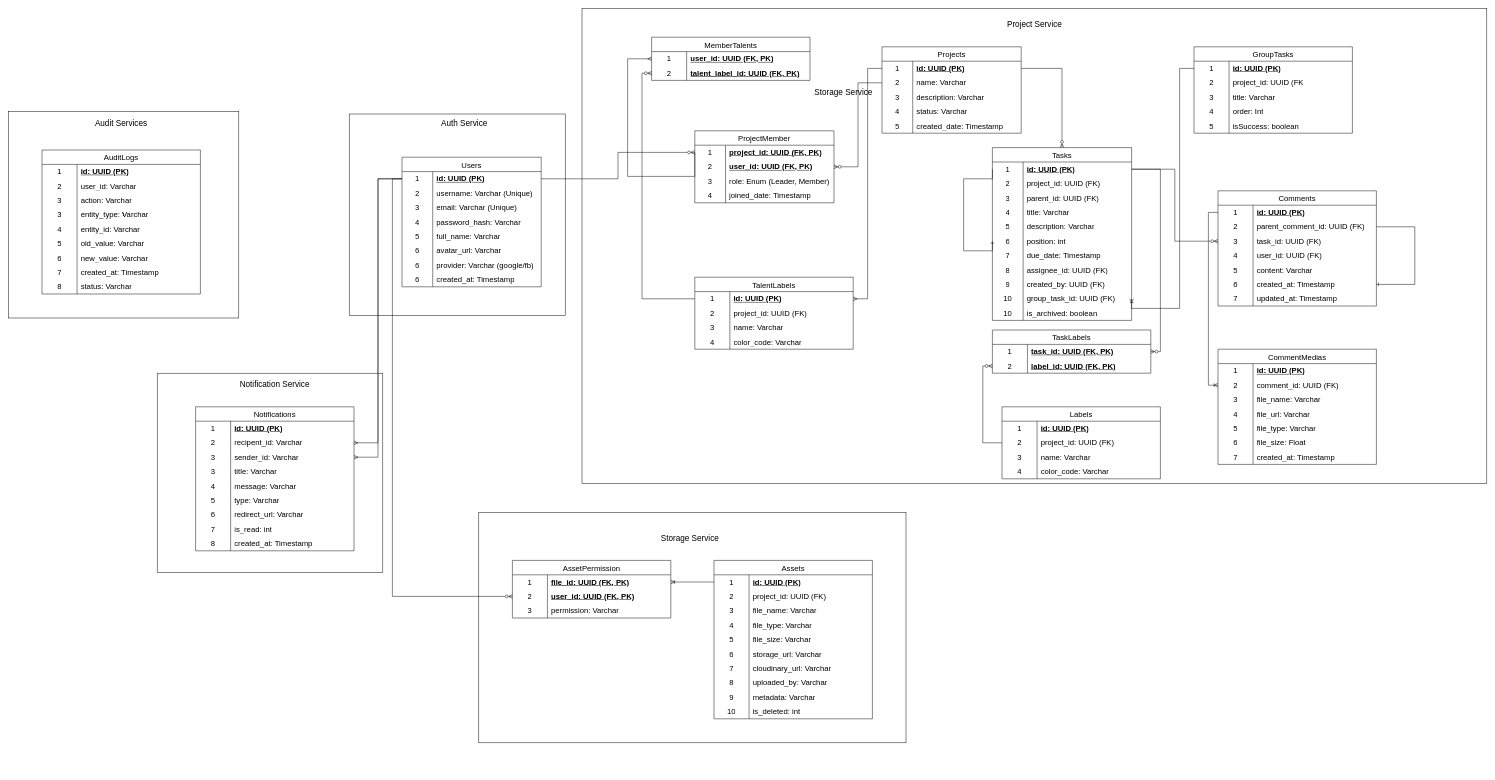
Above: documents/ERD.drawio in LiemLiemLiem12/project-management-system (draw.io), before the change. Source tidied: cells renumbered, new cells numbered last; positions are measured from the earlier drawing's top-left corner, leaving out a move shared by most shapes. Both pictures are drawn from the tidied source at 48%, with x=0, y=0 at pixel (8, 8).
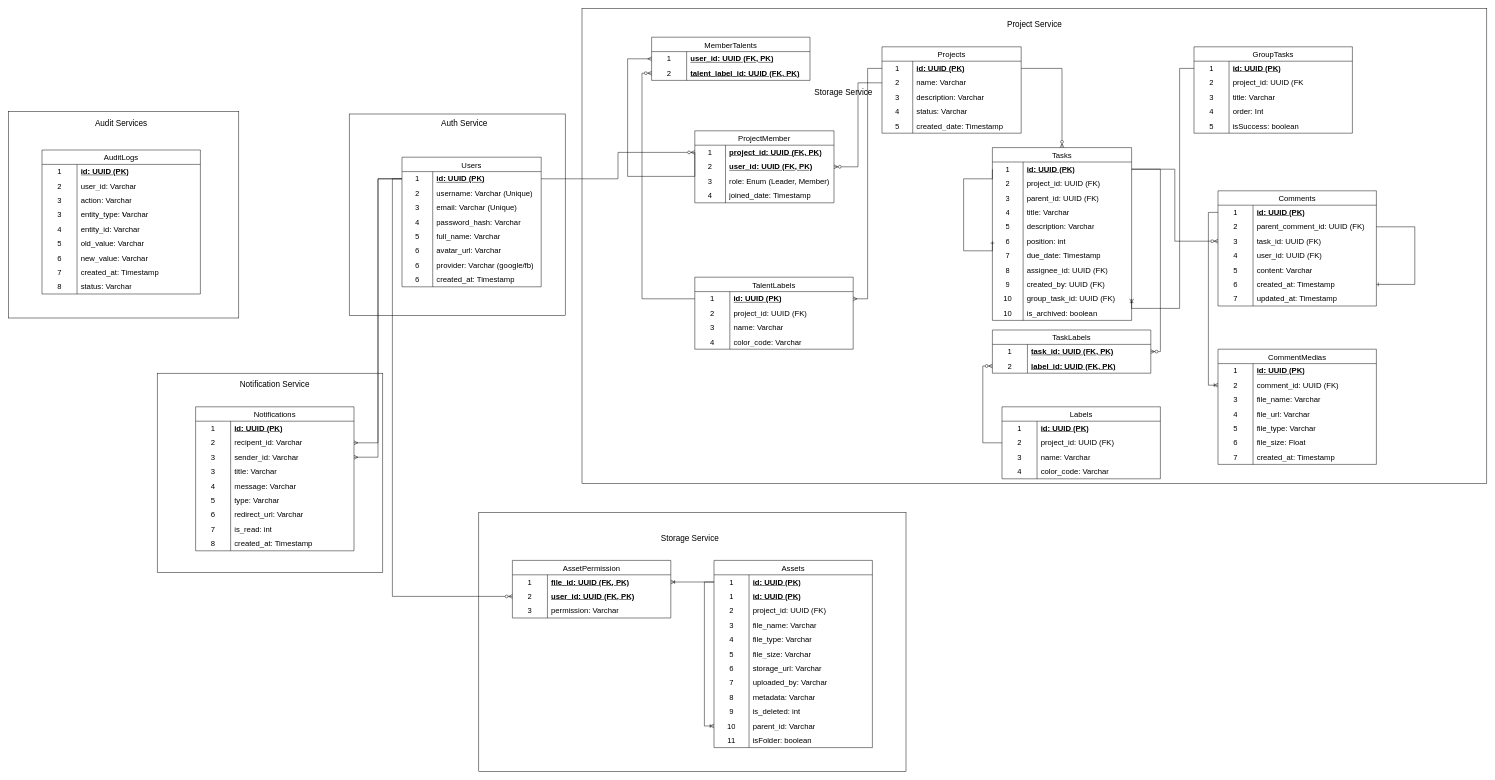
Above is the later version.

Unchanged cells that the change refers to:
```xml
<mxCell id="207" style="shape=tableRow;horizontal=0;startSize=0;swimlaneHead=0;swimlaneBody=0;top=0;left=0;bottom=0;right=0;fillColor=none;points=[[0,0.5],[1,0.5]];portConstraint=eastwest;strokeColor=inherit;fontSize=16;" parent="206" vertex="1">
  <mxGeometry y="30" width="330" height="30" as="geometry" />
</mxCell>
<mxCell id="228" style="shape=tableRow;horizontal=0;startSize=0;swimlaneHead=0;swimlaneBody=0;top=0;left=0;bottom=0;right=0;fillColor=none;strokeColor=inherit;fontSize=16;" parent="206" vertex="1">
  <mxGeometry y="240" width="330" height="30" as="geometry" />
</mxCell>
<mxCell id="231" style="shape=tableRow;horizontal=0;startSize=0;swimlaneHead=0;swimlaneBody=0;top=0;left=0;bottom=0;right=0;fillColor=none;strokeColor=inherit;fontSize=16;" parent="206" vertex="1">
  <mxGeometry y="270" width="330" height="30" as="geometry" />
</mxCell>
<mxCell id="234" style="shape=tableRow;horizontal=0;startSize=0;swimlaneHead=0;swimlaneBody=0;top=0;left=0;bottom=0;right=0;fillColor=none;strokeColor=inherit;fontSize=16;" parent="206" vertex="1">
  <mxGeometry y="300" width="330" height="30" as="geometry" />
</mxCell>
```

Change to the diagram source:
```diff
@@
+    <mxCell id="315" style="edgeStyle=orthogonalEdgeStyle;rounded=0;jettySize=auto;html=1;exitX=1;exitY=0.5;exitDx=0;exitDy=0;endArrow=ERoneToMany;endFill=0;" parent="1" edge="1" source="207" target="319">
+      <mxGeometry relative="1" as="geometry" />
+    </mxCell>
     <mxCell id="2" style="rounded=0;whiteSpace=wrap;html=1;" parent="1" vertex="1">
-      <mxGeometry x="980" y="1050" width="890" height="480" as="geometry" />
+      <mxGeometry x="980" y="1050" width="890" height="540" as="geometry" />
     </mxCell>
@@
     <mxCell id="206" value="Assets" style="shape=table;startSize=30;childLayout=tableLayout;rowLines=0;fontStyle=0;strokeColor=default;fontSize=16;" parent="1" vertex="1">
-      <mxGeometry x="1470" y="1150" width="330" height="330" as="geometry" />
+      <mxGeometry x="1470" y="1150" width="330" height="390" as="geometry" />
     </mxCell>
@@
+    <mxCell id="316" style="shape=tableRow;horizontal=0;startSize=0;swimlaneHead=0;swimlaneBody=0;top=0;left=0;bottom=0;right=0;fillColor=none;strokeColor=inherit;fontSize=16;" parent="206" vertex="1">
+      <mxGeometry y="60" width="330" height="30" as="geometry" />
+    </mxCell>
+    <mxCell id="317" value="1" style="shape=partialRectangle;html=1;whiteSpace=wrap;fillColor=none;top=0;left=0;bottom=0;right=0;overflow=hidden;strokeColor=inherit;fontSize=16;" parent="316" vertex="1">
+      <mxGeometry width="73" height="30" as="geometry" />
+    </mxCell>
+    <mxCell id="318" value="&lt;span style=&quot;font-size:12.0pt;line-height:115%;&amp;lt;br/&amp;gt;font-family:&amp;quot;Aptos&amp;quot;,sans-serif;mso-ascii-theme-font:minor-latin;mso-fareast-font-family:&amp;lt;br/&amp;gt;Aptos;mso-fareast-theme-font:minor-latin;mso-hansi-theme-font:minor-latin;&amp;lt;br/&amp;gt;mso-bidi-font-family:&amp;quot;Times New Roman&amp;quot;;mso-bidi-theme-font:minor-bidi;&amp;lt;br/&amp;gt;mso-ansi-language:EN-ID;mso-fareast-language:EN-US;mso-bidi-language:AR-SA&quot;&gt;&lt;b&gt;&lt;u&gt;id: UUID (PK)&lt;/u&gt;&lt;/b&gt;&lt;/span&gt;" style="shape=partialRectangle;html=1;whiteSpace=wrap;fillColor=none;top=0;left=0;bottom=0;right=0;align=left;spacingLeft=6;overflow=hidden;strokeColor=inherit;fontSize=16;" parent="316" vertex="1">
+      <mxGeometry x="73" width="257" height="30" as="geometry" />
+    </mxCell>
     <mxCell id="210" style="shape=tableRow;horizontal=0;startSize=0;swimlaneHead=0;swimlaneBody=0;top=0;left=0;bottom=0;right=0;fillColor=none;strokeColor=inherit;fontSize=16;" parent="206" vertex="1">
-      <mxGeometry y="60" width="330" height="30" as="geometry" />
+      <mxGeometry y="90" width="330" height="30" as="geometry" />
     </mxCell>
@@
     <mxCell id="213" style="shape=tableRow;horizontal=0;startSize=0;swimlaneHead=0;swimlaneBody=0;top=0;left=0;bottom=0;right=0;fillColor=none;strokeColor=inherit;fontSize=16;" parent="206" vertex="1">
-      <mxGeometry y="90" width="330" height="30" as="geometry" />
+      <mxGeometry y="120" width="330" height="30" as="geometry" />
     </mxCell>
@@
     <mxCell id="216" style="shape=tableRow;horizontal=0;startSize=0;swimlaneHead=0;swimlaneBody=0;top=0;left=0;bottom=0;right=0;fillColor=none;strokeColor=inherit;fontSize=16;" parent="206" vertex="1">
-      <mxGeometry y="120" width="330" height="30" as="geometry" />
+      <mxGeometry y="150" width="330" height="30" as="geometry" />
     </mxCell>
@@
     <mxCell id="219" style="shape=tableRow;horizontal=0;startSize=0;swimlaneHead=0;swimlaneBody=0;top=0;left=0;bottom=0;right=0;fillColor=none;strokeColor=inherit;fontSize=16;" parent="206" vertex="1">
-      <mxGeometry y="150" width="330" height="30" as="geometry" />
+      <mxGeometry y="180" width="330" height="30" as="geometry" />
     </mxCell>
@@
     <mxCell id="222" style="shape=tableRow;horizontal=0;startSize=0;swimlaneHead=0;swimlaneBody=0;top=0;left=0;bottom=0;right=0;fillColor=none;strokeColor=inherit;fontSize=16;" parent="206" vertex="1">
-      <mxGeometry y="180" width="330" height="30" as="geometry" />
+      <mxGeometry y="210" width="330" height="30" as="geometry" />
     </mxCell>
@@
-    <mxCell id="225" style="shape=tableRow;horizontal=0;startSize=0;swimlaneHead=0;swimlaneBody=0;top=0;left=0;bottom=0;right=0;fillColor=none;strokeColor=inherit;fontSize=16;" parent="206" vertex="1">
-      <mxGeometry y="210" width="330" height="30" as="geometry" />
-    </mxCell>
-    <mxCell id="226" value="7" style="shape=partialRectangle;html=1;whiteSpace=wrap;fillColor=none;top=0;left=0;bottom=0;right=0;overflow=hidden;strokeColor=inherit;fontSize=16;" parent="225" vertex="1">
-      <mxGeometry width="73" height="30" as="geometry" />
-    </mxCell>
-    <mxCell id="227" value="&lt;span style=&quot;font-size:12.0pt;line-height:115%;&amp;lt;br/&amp;gt;font-family:&amp;quot;Aptos&amp;quot;,sans-serif;mso-ascii-theme-font:minor-latin;mso-fareast-font-family:&amp;lt;br/&amp;gt;Aptos;mso-fareast-theme-font:minor-latin;mso-hansi-theme-font:minor-latin;&amp;lt;br/&amp;gt;mso-bidi-font-family:&amp;quot;Times New Roman&amp;quot;;mso-bidi-theme-font:minor-bidi;&amp;lt;br/&amp;gt;mso-ansi-language:EN-ID;mso-fareast-language:EN-US;mso-bidi-language:AR-SA&quot;&gt;cloudinary_url: Varchar&lt;/span&gt;" style="shape=partialRectangle;html=1;whiteSpace=wrap;fillColor=none;top=0;left=0;bottom=0;right=0;align=left;spacingLeft=6;overflow=hidden;strokeColor=inherit;fontSize=16;" parent="225" vertex="1">
-      <mxGeometry x="73" width="257" height="30" as="geometry" />
-    </mxCell>
@@
-    <mxCell id="229" value="8" style="shape=partialRectangle;html=1;whiteSpace=wrap;fillColor=none;top=0;left=0;bottom=0;right=0;overflow=hidden;strokeColor=inherit;fontSize=16;" parent="228" vertex="1">
+    <mxCell id="229" value="7" style="shape=partialRectangle;html=1;whiteSpace=wrap;fillColor=none;top=0;left=0;bottom=0;right=0;overflow=hidden;strokeColor=inherit;fontSize=16;" parent="228" vertex="1">
       <mxGeometry width="73" height="30" as="geometry" />
     </mxCell>
@@
-    <mxCell id="232" value="9" style="shape=partialRectangle;html=1;whiteSpace=wrap;fillColor=none;top=0;left=0;bottom=0;right=0;overflow=hidden;strokeColor=inherit;fontSize=16;" parent="231" vertex="1">
+    <mxCell id="232" value="8" style="shape=partialRectangle;html=1;whiteSpace=wrap;fillColor=none;top=0;left=0;bottom=0;right=0;overflow=hidden;strokeColor=inherit;fontSize=16;" parent="231" vertex="1">
       <mxGeometry width="73" height="30" as="geometry" />
     </mxCell>
@@
-    <mxCell id="235" value="10" style="shape=partialRectangle;html=1;whiteSpace=wrap;fillColor=none;top=0;left=0;bottom=0;right=0;overflow=hidden;strokeColor=inherit;fontSize=16;" parent="234" vertex="1">
+    <mxCell id="235" value="9" style="shape=partialRectangle;html=1;whiteSpace=wrap;fillColor=none;top=0;left=0;bottom=0;right=0;overflow=hidden;strokeColor=inherit;fontSize=16;" parent="234" vertex="1">
       <mxGeometry width="73" height="30" as="geometry" />
     </mxCell>
@@
+    <mxCell id="319" style="shape=tableRow;horizontal=0;startSize=0;swimlaneHead=0;swimlaneBody=0;top=0;left=0;bottom=0;right=0;fillColor=none;points=[[0,0.5],[1,0.5]];portConstraint=eastwest;strokeColor=inherit;fontSize=16;" parent="206" vertex="1">
+      <mxGeometry y="330" width="330" height="30" as="geometry" />
+    </mxCell>
+    <mxCell id="320" value="10" style="shape=partialRectangle;html=1;whiteSpace=wrap;fillColor=none;top=0;left=0;bottom=0;right=0;overflow=hidden;strokeColor=inherit;fontSize=16;" parent="319" vertex="1">
+      <mxGeometry width="73" height="30" as="geometry" />
+    </mxCell>
+    <mxCell id="321" value="&lt;span style=&quot;font-size:12.0pt;line-height:115%;&amp;lt;br/&amp;gt;font-family:&amp;quot;Aptos&amp;quot;,sans-serif;mso-ascii-theme-font:minor-latin;mso-fareast-font-family:&amp;lt;br/&amp;gt;Aptos;mso-fareast-theme-font:minor-latin;mso-hansi-theme-font:minor-latin;&amp;lt;br/&amp;gt;mso-bidi-font-family:&amp;quot;Times New Roman&amp;quot;;mso-bidi-theme-font:minor-bidi;&amp;lt;br/&amp;gt;mso-ansi-language:EN-ID;mso-fareast-language:EN-US;mso-bidi-language:AR-SA&quot;&gt;parent_id: Varchar&lt;/span&gt;" style="shape=partialRectangle;html=1;whiteSpace=wrap;fillColor=none;top=0;left=0;bottom=0;right=0;align=left;spacingLeft=6;overflow=hidden;strokeColor=inherit;fontSize=16;" parent="319" vertex="1">
+      <mxGeometry x="73" width="257" height="30" as="geometry" />
+    </mxCell>
+    <mxCell id="322" style="edgeStyle=orthogonalEdgeStyle;rounded=0;jettySize=auto;html=1;exitX=0;exitY=0.5;exitDx=0;exitDy=0;entryX=0;entryY=0.5;entryDx=0;entryDy=0;endArrow=ERoneToMany;endFill=0;" parent="206" edge="1" source="207" target="319">
+      <mxGeometry relative="1" as="geometry" />
+    </mxCell>
+    <mxCell id="323" style="shape=tableRow;horizontal=0;startSize=0;swimlaneHead=0;swimlaneBody=0;top=0;left=0;bottom=0;right=0;fillColor=none;strokeColor=inherit;fontSize=16;" parent="206" vertex="1">
+      <mxGeometry y="360" width="330" height="30" as="geometry" />
+    </mxCell>
+    <mxCell id="324" value="11" style="shape=partialRectangle;html=1;whiteSpace=wrap;fillColor=none;top=0;left=0;bottom=0;right=0;overflow=hidden;strokeColor=inherit;fontSize=16;" parent="323" vertex="1">
+      <mxGeometry width="73" height="30" as="geometry" />
+    </mxCell>
+    <mxCell id="325" value="isFolder: boolean" style="shape=partialRectangle;html=1;whiteSpace=wrap;fillColor=none;top=0;left=0;bottom=0;right=0;align=left;spacingLeft=6;overflow=hidden;strokeColor=inherit;fontSize=16;" parent="323" vertex="1">
+      <mxGeometry x="73" width="257" height="30" as="geometry" />
+    </mxCell>
```
